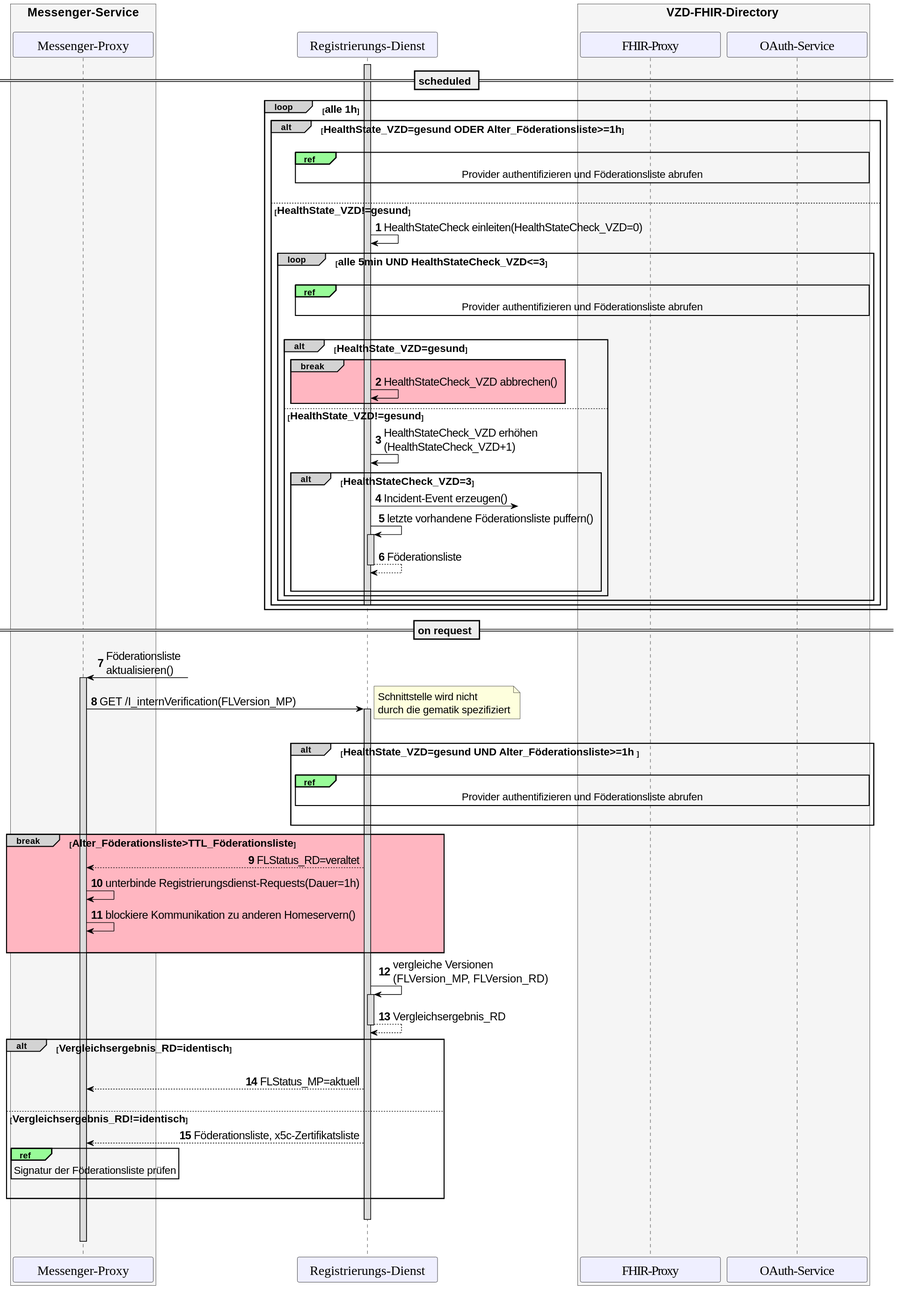
This is images/diagrams/TI-Messenger-Dienst/Ressourcen/UC_Update_Federationlist_Seq.svg from gematik/api-ti-messenger, a PlantUML export, as it was before one commit. The source it was exported from:
```plantuml
@startuml
skinparam sequenceMessageAlign direction
skinparam minClassWidth 200
skinparam BoxPadding 1
skinparam sequenceReferenceHeaderBackgroundColor palegreen
scale max 2048 width

skinparam sequence {
ArrowColor black
ArrowFontSize 17
ActorBorderColor black
LifeLineBorderColor black
LifeLineBackgroundColor Gainsboro

ParticipantBorderColor Motivation
ParticipantBackgroundColor Motivation
ParticipantFontName Impact
ParticipantFontSize 20
ParticipantFontColor black
ParticipantBorderColor Black
ParticipantBackgroundColor MOTIVATION

ActorBackgroundColor Gainsboro
ActorFontColor black
ActorFontSize 20
ActorFontName Aapex
}

autonumber

box <size:18>Messenger-Service\n #WhiteSmoke
participant MP as "Messenger-Proxy"
end box
participant RD as "Registrierungs-Dienst"
box <size:18>VZD-FHIR-Directory</size> #WhiteSmoke
  participant FP as "FHIR-Proxy"
  participant AS as "OAuth-Service"
end box

== <size:16>scheduled</size> ==

loop#LightGrey <size:16>alle 1h</size>
  alt#LightGrey <size:16>HealthState_VZD=gesund ODER Alter_Föderationsliste>=1h</size>
  activate RD
  |||
  ref over AS, FP, RD
    <size:16>Provider authentifizieren und Föderationsliste abrufen</size>
  end ref
  |||

  else <size:16>HealthState_VZD!=gesund</size>
    RD->RD: HealthStateCheck einleiten(HealthStateCheck_VZD=0)
    loop#LightGrey <size:16>alle 5min UND HealthStateCheck_VZD<=3</size>
      |||
      ref over AS, FP, RD
        <size:16>Provider authentifizieren und Föderationsliste abrufen</size>
      end ref
      |||
      alt#LightGrey <size:16>HealthState_VZD=gesund</size>
        break#LightGrey #LightPink
          RD->RD: HealthStateCheck_VZD abbrechen()
        end
      else <size:16>HealthState_VZD!=gesund</size>
        RD->RD: HealthStateCheck_VZD erhöhen\n(HealthStateCheck_VZD+1)
        alt#LightGrey <size:16>HealthStateCheck_VZD=3</size>
          RD ->?: Incident-Event erzeugen()
          RD->RD++: letzte vorhandene Föderationsliste puffern()
          return Föderationsliste
        |||
        end
      end
    end
    deactivate RD
  end
end

== <size:16>on request</size> ==

MP <-?: Föderationsliste \naktualisieren()
activate MP
MP->RD: GET /I_internVerification(FLVersion_MP)
note right: <size:16>Schnittstelle wird nicht \n<size:16>durch die gematik spezifiziert</size>
|||
  Activate RD

alt#LightGrey <size:16>HealthState_VZD=gesund UND Alter_Föderationsliste>=1h </size>

  |||
  ref over AS, FP, RD
    <size:16>Provider authentifizieren und Föderationsliste abrufen</size>
  end ref
  |||

end

break#LightGrey #LightPink <size:16>Alter_Föderationsliste>TTL_Föderationsliste</size>
  RD-->MP: FLStatus_RD=veraltet
  MP->MP: unterbinde Registrierungsdienst-Requests(Dauer=1h)
  MP->MP: blockiere Kommunikation zu anderen Homeservern()
  |||
end

  RD->RD++: vergleiche Versionen\n(FLVersion_MP, FLVersion_RD)
  return Vergleichsergebnis_RD

  alt#LightGrey <size:16>Vergleichsergebnis_RD=identisch</size>
    |||
    RD-->MP: FLStatus_MP=aktuell
    |||

  else <size:16>Vergleichsergebnis_RD!=identisch</size>
    RD-->MP: Föderationsliste, x5c-Zertifikatsliste
    ref over MP
      <size:16>Signatur der Föderationsliste prüfen</size>
    end ref
    |||
  end
  |||
  Deactivate RD
  MP-[hidden]> MP
  deactivate MP
@enduml
```
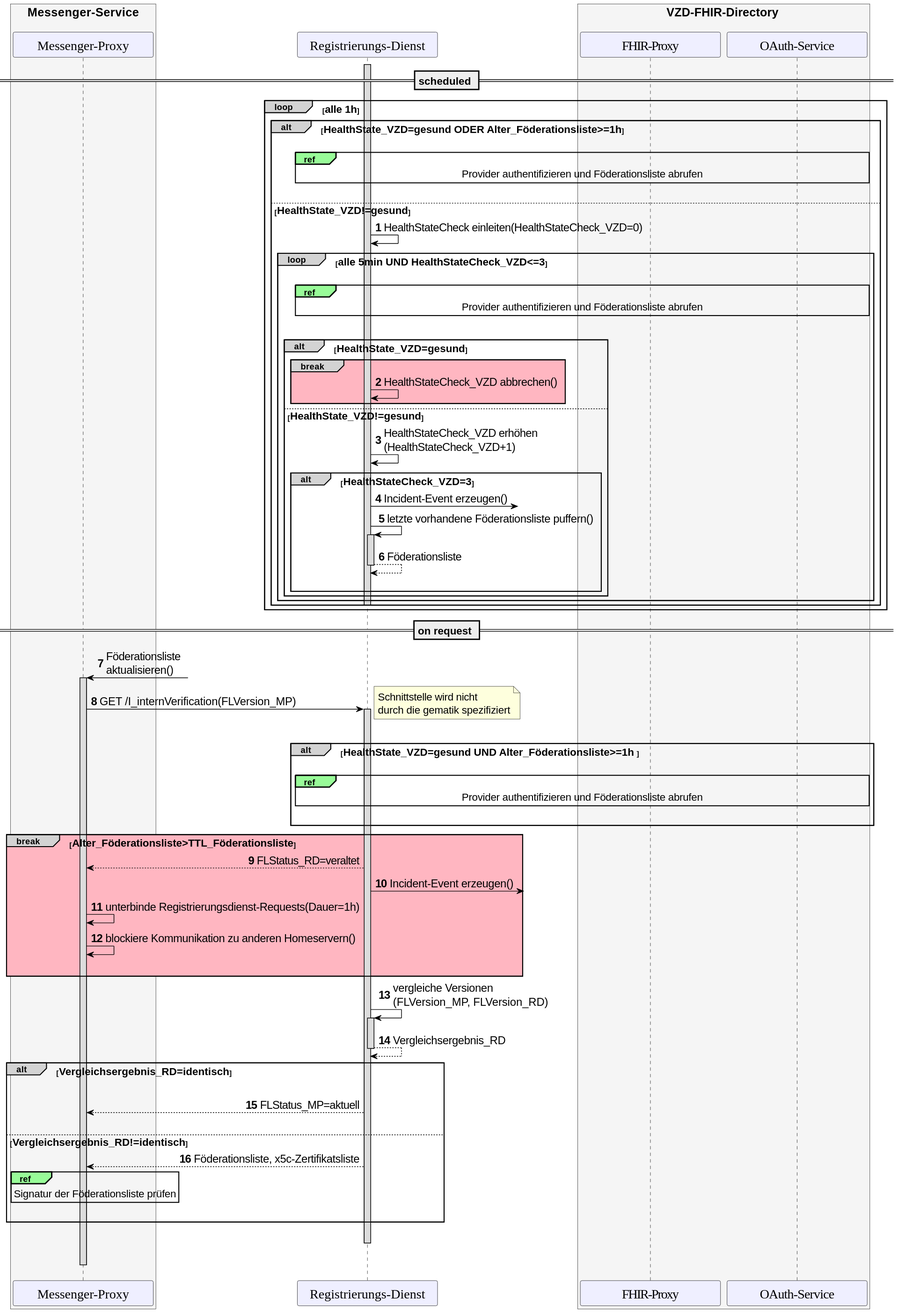
After the commit.

Change to the diagram source:
```diff
@@ -95,6 +95,7 @@
 
 break#LightGrey #LightPink <size:16>Alter_Föderationsliste>TTL_Föderationsliste</size>
   RD-->MP: FLStatus_RD=veraltet
+  RD ->?: Incident-Event erzeugen()
   MP->MP: unterbinde Registrierungsdienst-Requests(Dauer=1h)
   MP->MP: blockiere Kommunikation zu anderen Homeservern()
   |||
```
